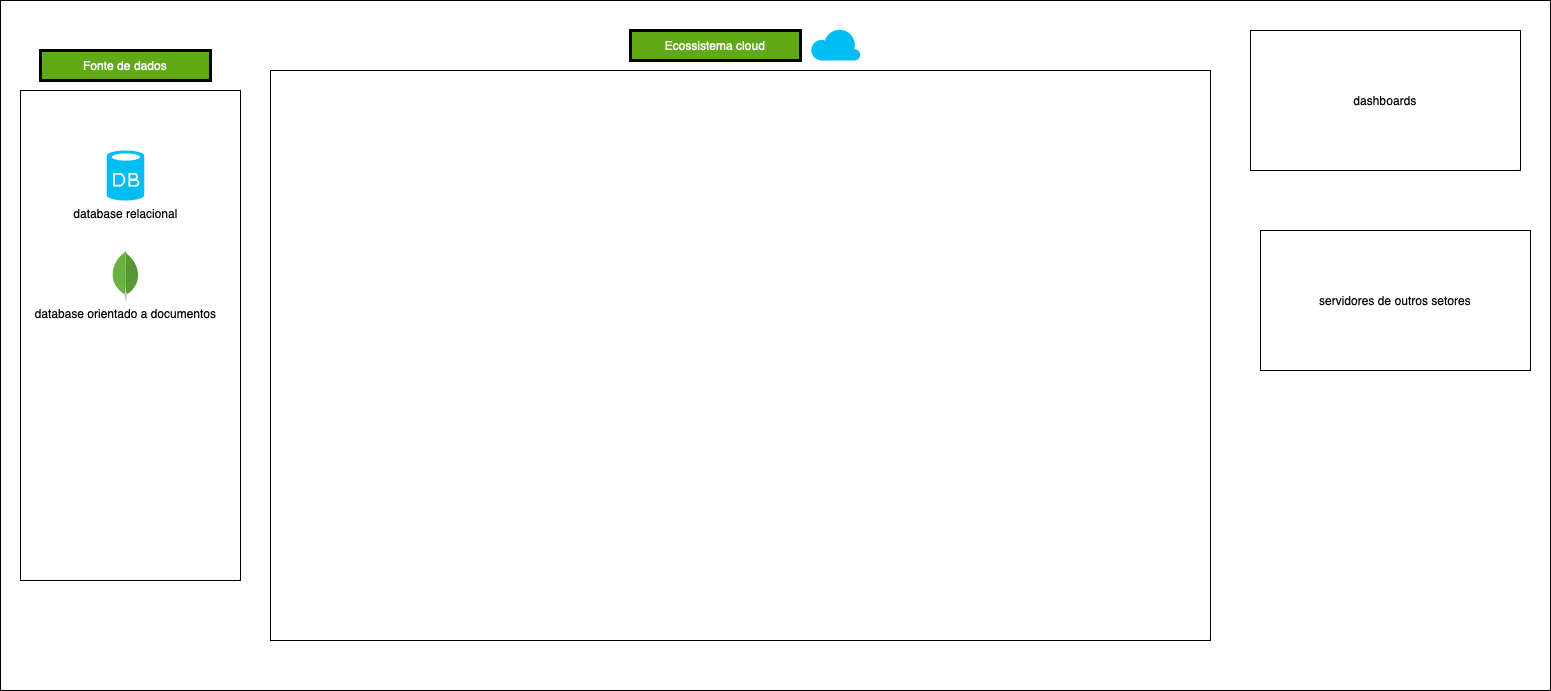
Earlier version of the draw.io export amostra_dados/lake_arch.drawio.png (ramondata/projeto_cerc). Source tidied: cells renumbered, new cells last; positions are measured from the earlier drawing's top-left corner, leaving out a move shared by most shapes.
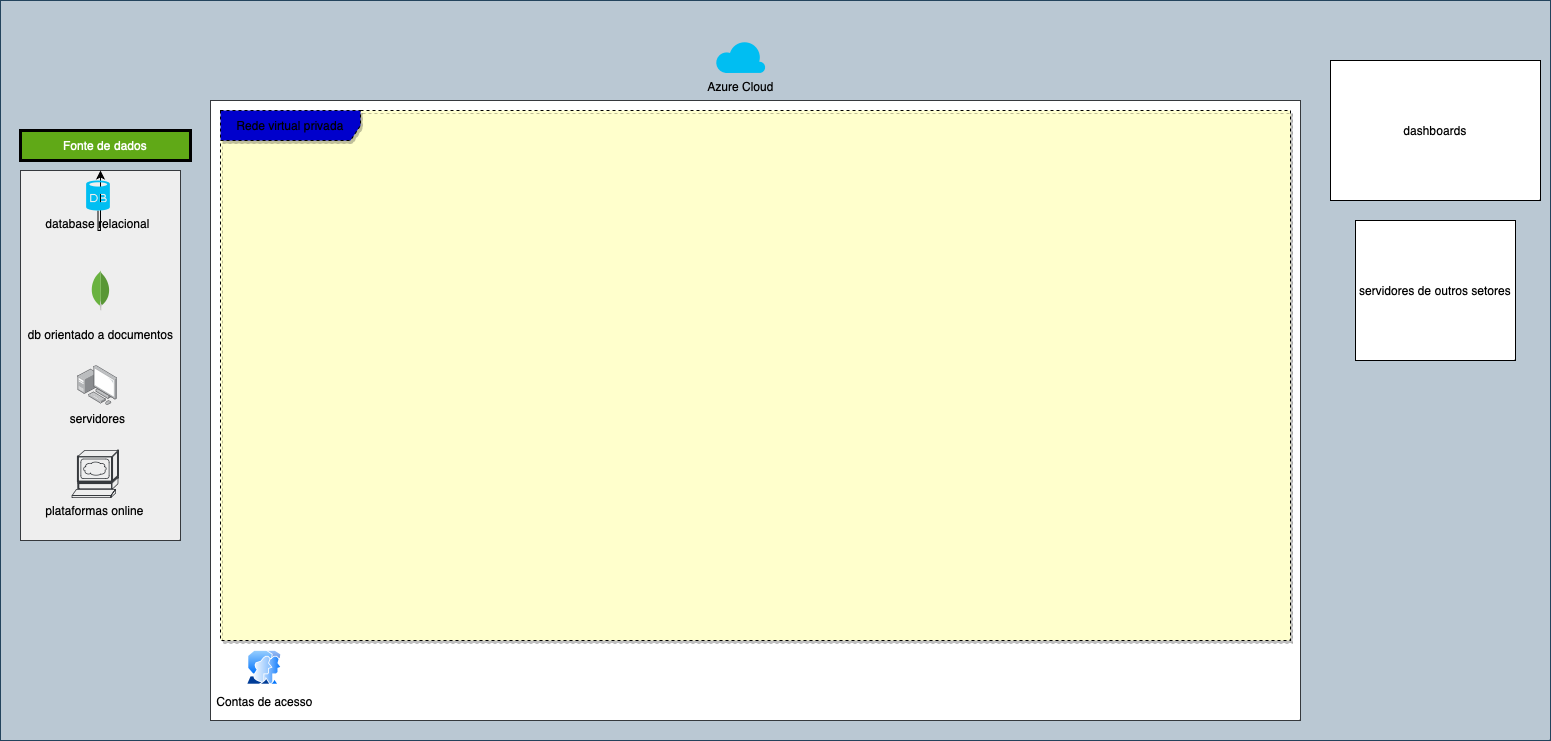
The same diagram one commit later.

The edit, as a diff of the source:
```diff
@@ -2,35 +2,47 @@
   <root>
     <mxCell id="0" />
     <mxCell id="1" parent="0" />
-    <mxCell id="2" style="rounded=0;whiteSpace=wrap;html=1;" parent="1" vertex="1">
-      <mxGeometry width="1550" height="690" as="geometry" />
+    <mxCell id="2" style="rounded=0;whiteSpace=wrap;html=1;fillColor=#bac8d3;strokeColor=#23445d;" parent="1" vertex="1">
+      <mxGeometry y="-30" width="1550" height="740" as="geometry" />
     </mxCell>
-    <mxCell id="3" style="rounded=0;whiteSpace=wrap;html=1;" parent="1" vertex="1">
-      <mxGeometry x="20" y="90" width="220" height="490" as="geometry" />
+    <mxCell id="3" style="rounded=0;whiteSpace=wrap;html=1;fillColor=#eeeeee;strokeColor=#36393d;" parent="1" vertex="1">
+      <mxGeometry x="20" y="140" width="160" height="370" as="geometry" />
     </mxCell>
-    <mxCell id="4" style="rounded=0;whiteSpace=wrap;html=1;" parent="1" vertex="1">
-      <mxGeometry x="270" y="70" width="940" height="570" as="geometry" />
+    <mxCell id="4" style="rounded=0;whiteSpace=wrap;html=1;fillColor=#FFFFFF;strokeColor=#36393d;" parent="1" vertex="1">
+      <mxGeometry x="210" y="70" width="1090" height="620" as="geometry" />
     </mxCell>
     <mxCell id="5" value="dashboards" style="rounded=0;whiteSpace=wrap;html=1;" parent="1" vertex="1">
-      <mxGeometry x="1250" y="30" width="270" height="140" as="geometry" />
+      <mxGeometry x="1330" y="30" width="210" height="140" as="geometry" />
     </mxCell>
     <mxCell id="6" value="servidores de outros setores" style="rounded=0;whiteSpace=wrap;html=1;" parent="1" vertex="1">
-      <mxGeometry x="1260" y="230" width="270" height="140" as="geometry" />
+      <mxGeometry x="1355" y="190" width="160" height="140" as="geometry" />
     </mxCell>
     <mxCell id="7" value="Fonte de dados" style="text;html=1;strokeColor=default;fillColor=#60a917;align=center;verticalAlign=middle;whiteSpace=wrap;rounded=0;fontColor=#ffffff;strokeWidth=3;" parent="1" vertex="1">
-      <mxGeometry x="40" y="50" width="170" height="30" as="geometry" />
+      <mxGeometry x="20" y="100" width="170" height="30" as="geometry" />
     </mxCell>
-    <mxCell id="8" value="Ecossistema cloud" style="text;html=1;strokeColor=default;fillColor=#60a917;align=center;verticalAlign=middle;whiteSpace=wrap;rounded=0;fontColor=#ffffff;strokeWidth=3;" parent="1" vertex="1">
-      <mxGeometry x="630" y="30" width="170" height="30" as="geometry" />
-    </mxCell>
-    <mxCell id="9" style="verticalLabelPosition=bottom;html=1;verticalAlign=top;align=center;strokeColor=none;fillColor=#00BEF2;shape=mxgraph.azure.cloud;" parent="1" vertex="1">
-      <mxGeometry x="810" y="27.5" width="50" height="32.5" as="geometry" />
+    <mxCell id="9" value="Azure Cloud" style="verticalLabelPosition=bottom;html=1;verticalAlign=top;align=center;strokeColor=none;fillColor=#00BEF2;shape=mxgraph.azure.cloud;" parent="1" vertex="1">
+      <mxGeometry x="715" y="10" width="50" height="32.5" as="geometry" />
     </mxCell>
+    <mxCell id="12" style="edgeStyle=orthogonalEdgeStyle;rounded=0;jettySize=auto;html=1;" parent="1" edge="1" source="10" target="3">
+      <mxGeometry relative="1" as="geometry" />
+    </mxCell>
+    <mxCell id="11" value="&lt;p style=&quot;line-height: 100%;&quot;&gt;db orientado a documentos&lt;/p&gt;" style="dashed=0;html=1;align=center;labelPosition=center;verticalLabelPosition=bottom;verticalAlign=top;shape=mxgraph.weblogos.mongodb;fontColor=#000000;" parent="1" vertex="1">
+      <mxGeometry x="90.6" y="240" width="18.7" height="40" as="geometry" />
+    </mxCell>
+    <mxCell id="13" value="Rede virtual privada" style="shape=umlFrame;whiteSpace=wrap;html=1;fillColor=#0000CC;strokeColor=default;swimlaneFillColor=#FFFFCC;width=140;height=30;shadow=1;dashed=1;gradientColor=none;" parent="1" vertex="1">
+      <mxGeometry x="220" y="80" width="1070" height="530" as="geometry" />
+    </mxCell>
-    <mxCell id="10" value="database relacional" style="verticalLabelPosition=bottom;html=1;verticalAlign=top;align=center;strokeColor=none;fillColor=#00BEF2;shape=mxgraph.azure.database;" parent="1" vertex="1">
-      <mxGeometry x="106.2" y="150" width="37.5" height="50" as="geometry" />
+    <mxCell id="10" value="database relacional" style="verticalLabelPosition=bottom;verticalAlign=top;align=center;strokeColor=none;fillColor=#00BEF2;shape=mxgraph.azure.database;labelBorderColor=none;labelBackgroundColor=none;fontColor=#000000;" parent="1" vertex="1">
+      <mxGeometry x="85.6" y="150" width="23.8" height="30" as="geometry" />
     </mxCell>
-    <mxCell id="11" value="database orientado a documentos" style="dashed=0;html=1;align=center;labelPosition=center;verticalLabelPosition=bottom;verticalAlign=top;shape=mxgraph.weblogos.mongodb;" parent="1" vertex="1">
-      <mxGeometry x="111.3" y="250" width="27.4" height="50" as="geometry" />
-    </mxCell>
+    <mxCell id="14" value="&lt;font color=&quot;#000000&quot;&gt;&lt;span style=&quot;caret-color: rgb(0, 0, 0);&quot;&gt;servidores&lt;/span&gt;&lt;/font&gt;" style="image;html=1;align=center;shadow=0;dashed=0;image=img/lib/allied_telesis/computer_and_terminals/Personal_Computer_with_Server.svg;labelBackgroundColor=none;" parent="1" vertex="1">
+      <mxGeometry x="77.5" y="335" width="40" height="40" as="geometry" />
+    </mxCell>
+    <mxCell id="15" value="&lt;font color=&quot;#000000&quot;&gt;plataformas online&lt;/font&gt;" style="shape=mxgraph.cisco.servers.www_server;html=1;dashed=0;fillColor=#eeeeee;strokeColor=#36393d;strokeWidth=2;verticalLabelPosition=bottom;verticalAlign=top;align=center;" parent="1" vertex="1">
+      <mxGeometry x="71.5" y="420" width="46" height="47" as="geometry" />
+    </mxCell>
+    <mxCell id="16" value="&lt;font color=&quot;#000000&quot;&gt;Contas de acesso&lt;/font&gt;" style="image;perimeter=ellipsePerimeter;html=1;align=center;shadow=0;dashed=0;spacingTop=3;image=img/lib/active_directory/user_accounts.svg;labelBackgroundColor=none;" parent="1" vertex="1">
+      <mxGeometry x="246" y="620" width="35.6" height="34.5" as="geometry" />
+    </mxCell>
   </root>
 </mxGraphModel>
```
